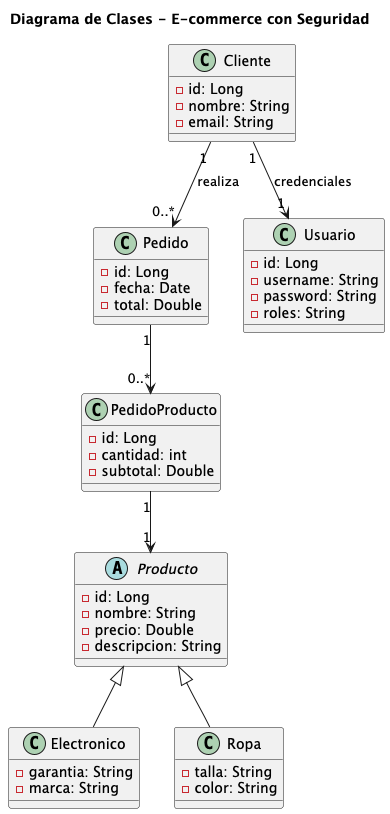
Ramix76/Ecommerce keeps this PlantUML diagram as ecommerce/docs/diagrams/ClassDiagram.png. Above is the earlier version. Its diagram source:
```plantuml
@startuml
title Diagrama de Clases - E-commerce con Seguridad

abstract class Producto {
  - id: Long
  - nombre: String
  - precio: Double
  - descripcion: String
}

class Electronico {
  - garantia: String
  - marca: String
}

class Ropa {
  - talla: String
  - color: String
}

class Cliente {
  - id: Long
  - nombre: String
  - email: String
}

class Pedido {
  - id: Long
  - fecha: Date
  - total: Double
}

class PedidoProducto {
  - id: Long
  - cantidad: int
  - subtotal: Double
}

class Usuario {
  - id: Long
  - username: String
  - password: String
  - roles: String
}

Producto <|-- Electronico
Producto <|-- Ropa

Cliente "1" --> "0..*" Pedido : realiza
Pedido "1" --> "0..*" PedidoProducto
PedidoProducto "1" --> "1" Producto

Cliente "1" --> "1" Usuario : credenciales
@enduml
```
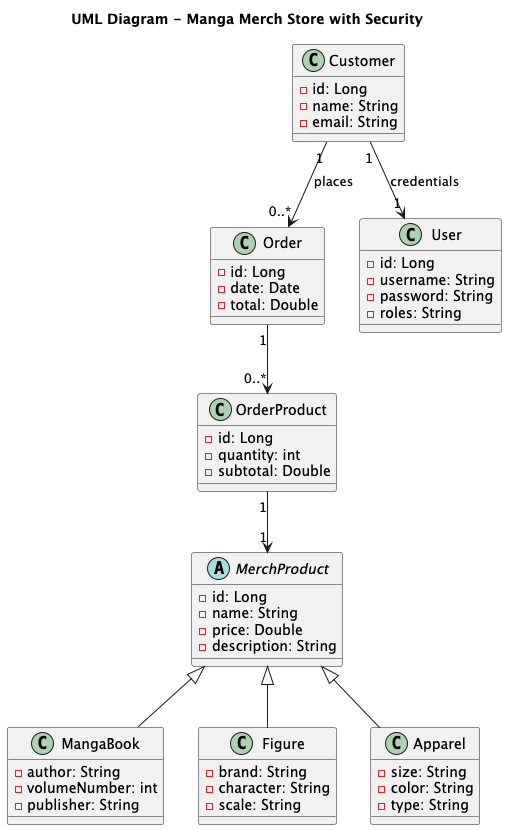
After the change.

The edit, as a diff of the source:
```diff
@@ -1,54 +1,63 @@
 @startuml
-title Diagrama de Clases - E-commerce con Seguridad
+title UML Diagram - Manga Merch Store with Security
 
-abstract class Producto {
+abstract class MerchProduct {
   - id: Long
-  - nombre: String
-  - precio: Double
-  - descripcion: String
+  - name: String
+  - price: Double
+  - description: String
 }
 
-class Electronico {
-  - garantia: String
-  - marca: String
+class MangaBook {
+  - author: String
+  - volumeNumber: int
+  - publisher: String
 }
 
-class Ropa {
-  - talla: String
-  - color: String
+class Figure {
+  - brand: String
+  - character: String
+  - scale: String
 }
 
-class Cliente {
+class Apparel {
+  - size: String
+  - color: String
+  - type: String
+}
+
+class Customer {
   - id: Long
-  - nombre: String
+  - name: String
   - email: String
 }
 
-class Pedido {
+class Order {
   - id: Long
-  - fecha: Date
+  - date: Date
   - total: Double
 }
 
-class PedidoProducto {
+class OrderProduct {
   - id: Long
-  - cantidad: int
+  - quantity: int
   - subtotal: Double
 }
 
-class Usuario {
+class User {
   - id: Long
   - username: String
   - password: String
   - roles: String
 }
 
-Producto <|-- Electronico
-Producto <|-- Ropa
+MerchProduct <|-- MangaBook
+MerchProduct <|-- Figure
+MerchProduct <|-- Apparel
 
-Cliente "1" --> "0..*" Pedido : realiza
-Pedido "1" --> "0..*" PedidoProducto
-PedidoProducto "1" --> "1" Producto
+Customer "1" --> "0..*" Order : places
+Order "1" --> "0..*" OrderProduct
+OrderProduct "1" --> "1" MerchProduct
 
-Cliente "1" --> "1" Usuario : credenciales
+Customer "1" --> "1" User : credentials
 @enduml
```
